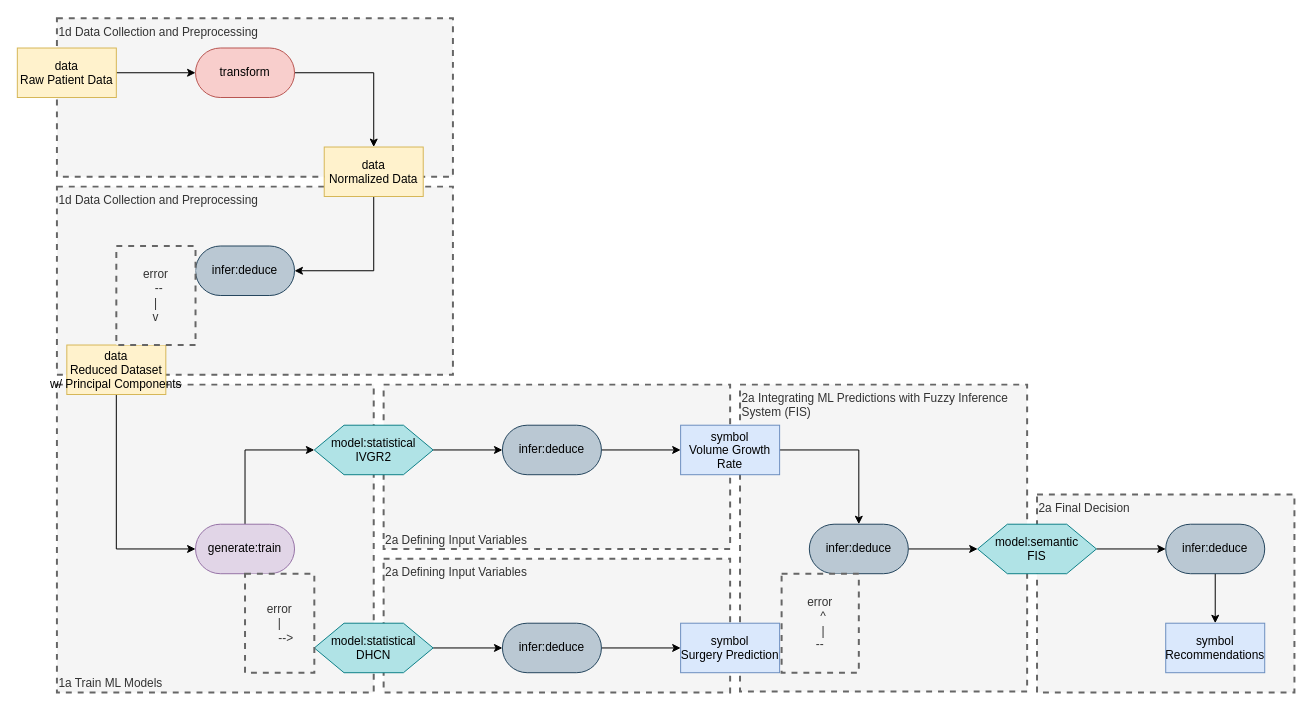
zonnesmit/thesis keeps this draw.io diagram as page "Page-1" (1 of 2) of medical patterns to boxologies/Rules Embedded in ML architecture (REML)/Adaptive Neuro-Fuzzy Inference System for Prediction of Surgery Time for Ischemic Stroke Patients.drawio. Above is the earlier version. Source tidied: cells renumbered, new cells numbered last; positions are measured from the earlier drawing's top-left corner, leaving out a move shared by most shapes. Both pictures are drawn from the tidied source at 99%, with x=0, y=0 at pixel (17, 18).
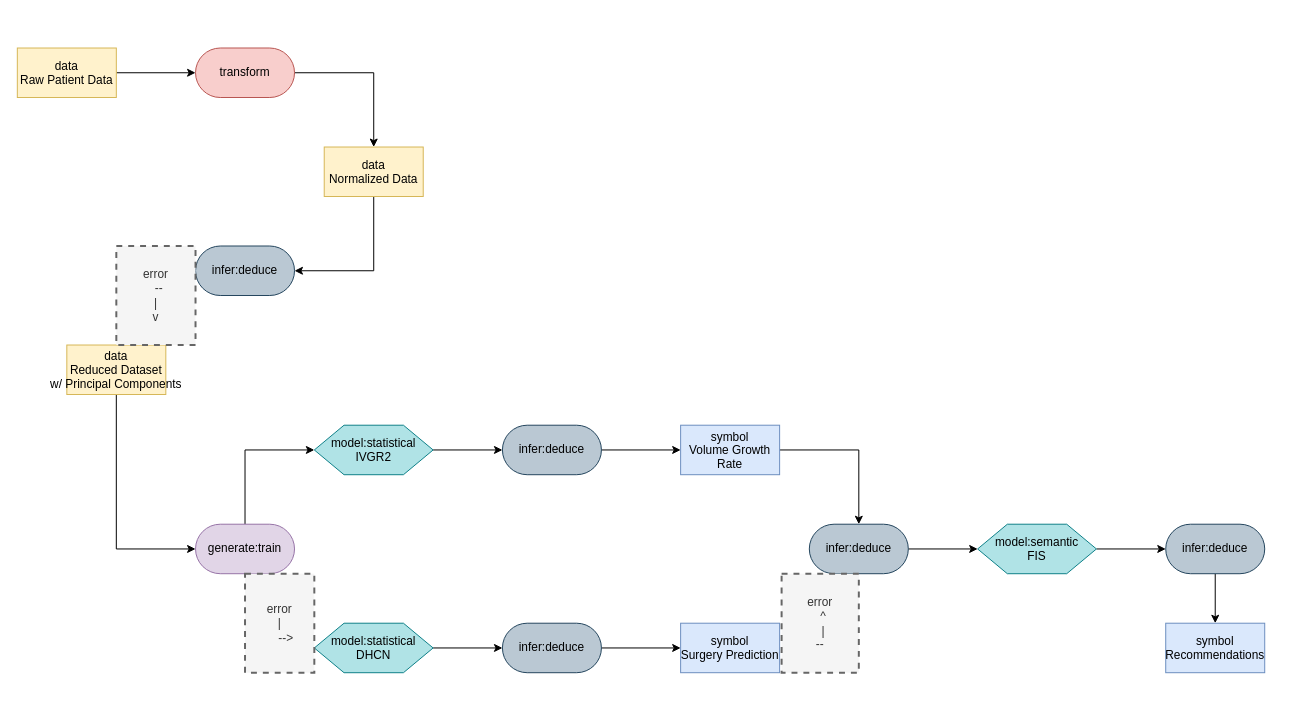
The same diagram, later.

What changed in the source:
```diff
@@
-    <mxCell id="2" value="2a Final Decision" style="text;html=1;align=left;verticalAlign=top;whiteSpace=wrap;rounded=0;dashed=1;fillColor=#f5f5f5;fontColor=#333333;strokeColor=#666666;strokeWidth=2;" parent="1" vertex="1">
-      <mxGeometry x="1030" y="481" width="260" height="200" as="geometry" />
-    </mxCell>
-    <mxCell id="3" value="2a Integrating ML Predictions with Fuzzy Inference System (FIS)" style="text;html=1;align=left;verticalAlign=top;whiteSpace=wrap;rounded=0;dashed=1;fillColor=#f5f5f5;fontColor=#333333;strokeColor=#666666;strokeWidth=2;" parent="1" vertex="1">
-      <mxGeometry x="730" y="370" width="290" height="310" as="geometry" />
-    </mxCell>
-    <mxCell id="4" value="2a Defining Input Variables" style="text;html=1;align=left;verticalAlign=top;whiteSpace=wrap;rounded=0;dashed=1;fillColor=#f5f5f5;fontColor=#333333;strokeColor=#666666;strokeWidth=2;" parent="1" vertex="1">
-      <mxGeometry x="370" y="546" width="350" height="135" as="geometry" />
-    </mxCell>
-    <mxCell id="5" value="2a Defining Input Variables" style="text;html=1;align=left;verticalAlign=bottom;whiteSpace=wrap;rounded=0;dashed=1;fillColor=#f5f5f5;fontColor=#333333;strokeColor=#666666;strokeWidth=2;" parent="1" vertex="1">
-      <mxGeometry x="370" y="370" width="350" height="166" as="geometry" />
-    </mxCell>
-    <mxCell id="6" value="1d Data Collection and Preprocessing" style="text;html=1;align=left;verticalAlign=top;whiteSpace=wrap;rounded=0;dashed=1;fillColor=#f5f5f5;fontColor=#333333;strokeColor=#666666;strokeWidth=2;" parent="1" vertex="1">
-      <mxGeometry x="40" y="170" width="400" height="190" as="geometry" />
-    </mxCell>
-    <mxCell id="7" value="1a Train ML Models" style="text;html=1;align=left;verticalAlign=bottom;whiteSpace=wrap;rounded=0;dashed=1;fillColor=#f5f5f5;fontColor=#333333;strokeColor=#666666;strokeWidth=2;" parent="1" vertex="1">
-      <mxGeometry x="40" y="370" width="320" height="311" as="geometry" />
-    </mxCell>
-    <mxCell id="8" value="1d Data Collection and Preprocessing" style="text;html=1;align=left;verticalAlign=top;whiteSpace=wrap;rounded=0;dashed=1;fillColor=#f5f5f5;fontColor=#333333;strokeColor=#666666;strokeWidth=2;" parent="1" vertex="1">
-      <mxGeometry x="40" width="400" height="160" as="geometry" />
-    </mxCell>
```
